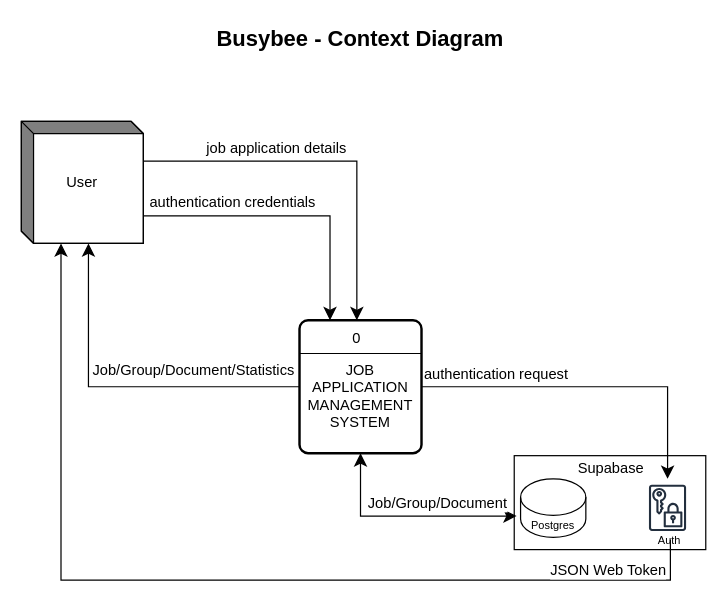
This is page "context-diagram" (1 of 6) of Documentation/diagrams/data-flow-diagrams/data-flow-diagram.drawio from Masonluna/BusyBee, a draw.io file, before an edit. Source tidied: cells renumbered, new cells numbered last; positions are measured from the earlier drawing's top-left corner, leaving out a move shared by most shapes. Both pictures are drawn from the tidied source at 122%, with x=0, y=0 at pixel (21, 21).
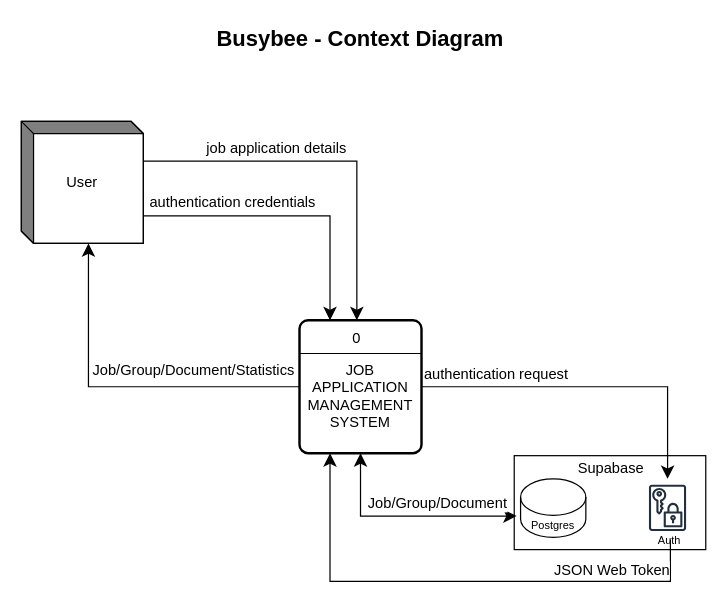
After the change.

Commit message (it also covers changes not shown here):
modified context diagram

Unchanged cells that the change refers to:
```xml
<mxCell id="13" value="&lt;div&gt;&lt;br&gt;&lt;/div&gt;&lt;div&gt;JOB APPLICATION MANAGEMENT SYSTEM&lt;/div&gt;" style="rounded=1;whiteSpace=wrap;html=1;absoluteArcSize=1;arcSize=14;strokeWidth=2;" parent="12" vertex="1">
  <mxGeometry width="100" height="109" as="geometry" />
</mxCell>
<mxCell id="17" style="html=1;dashed=0;whiteSpace=wrap;shape=mxgraph.dfd.externalEntity;" parent="16" vertex="1">
  <mxGeometry width="100" height="100" as="geometry" />
</mxCell>
```

The edit, as a diff of the source:
```diff
@@
-    <mxCell id="28" style="endArrow=classic;html=1;rounded=0;fontSize=12;startSize=8;endSize=8;entryX=0;entryY=0;entryDx=32.5;entryDy=100;entryPerimeter=0;edgeStyle=orthogonalEdgeStyle;" parent="1" edge="1" target="17">
+    <mxCell id="28" style="endArrow=classic;html=1;rounded=0;fontSize=12;startSize=8;endSize=8;entryX=0.25;entryY=1;entryDx=0;entryDy=0;edgeStyle=orthogonalEdgeStyle;" parent="1" edge="1" target="13">
       <mxGeometry relative="1" as="geometry">
         <mxPoint x="532" y="425" as="sourcePoint" />
         <Array as="points">
-          <mxPoint x="532" y="458" />
-          <mxPoint x="33" y="458" />
+          <mxPoint x="532" y="459" />
+          <mxPoint x="253" y="459" />
         </Array>
       </mxGeometry>
     </mxCell>
     <mxCell id="29" value="JSON Web Token" style="edgeLabel;html=1;align=center;verticalAlign=middle;fontSize=12;" parent="28" vertex="1">
       <mxGeometry x="-0.85" y="3" relative="1" as="geometry">
-        <mxPoint x="-24" y="-12" as="offset" />
+        <mxPoint x="-52" y="-7" as="offset" />
       </mxGeometry>
     </mxCell>
```
